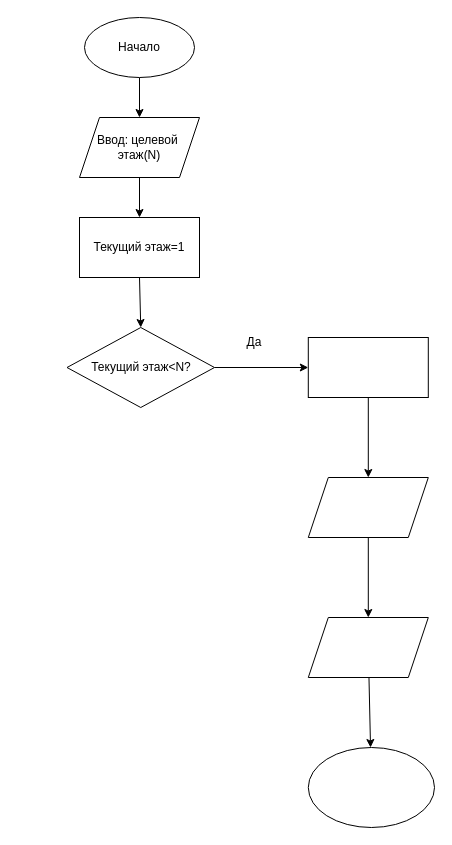
Earlier version of the draw.io diagram diagrams/step6_stairs_while.drawio (daria-chr/Lab17_Algorithms). Source tidied: cells renumbered, new cells numbered last; positions are measured from the earlier drawing's top-left corner, leaving out a move shared by most shapes. Both pictures are drawn from the tidied source at 100%, with x=0, y=0 at pixel (66, 17).
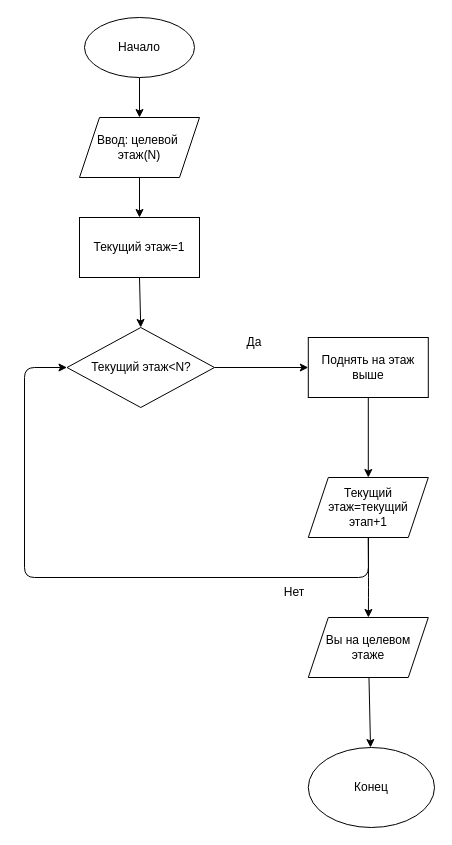
The same diagram, later.

Commit message (it also covers changes not shown here):
Step 6: while and for loops with flowcharts

Unchanged cells that the change refers to:
```xml
<mxCell id="9" value="Текущий этаж&amp;lt;N?" style="rhombus;whiteSpace=wrap;html=1;" parent="1" vertex="1">
  <mxGeometry x="0.5" y="310" width="147.5" height="80" as="geometry" />
</mxCell>
```

What changed in the source:
```diff
@@
-    <mxCell id="11" style="whiteSpace=wrap;html=1;" parent="1" vertex="1">
+    <mxCell id="11" value="Поднять на этаж выше" style="whiteSpace=wrap;html=1;" parent="1" vertex="1">
       <mxGeometry x="241.8" y="320" width="120" height="60" as="geometry" />
     </mxCell>
     <mxCell id="12" style="edgeStyle=none;html=1;" parent="1" edge="1" source="13" target="15">
-      <mxGeometry relative="1" as="geometry" />
+      <mxGeometry relative="1" as="geometry">
+        <Array as="points">
+          <mxPoint x="302" y="570" />
+        </Array>
+      </mxGeometry>
     </mxCell>
+    <mxCell id="18" style="edgeStyle=none;html=1;exitX=0.5;exitY=1;exitDx=0;exitDy=0;entryX=0;entryY=0.5;entryDx=0;entryDy=0;" parent="1" edge="1" source="13" target="9">
+      <mxGeometry relative="1" as="geometry">
+        <Array as="points">
+          <mxPoint x="302" y="560" />
+          <mxPoint x="-42" y="560" />
+          <mxPoint x="-42" y="350" />
+        </Array>
+      </mxGeometry>
+    </mxCell>
-    <mxCell id="13" style="shape=parallelogram;perimeter=parallelogramPerimeter;whiteSpace=wrap;html=1;fixedSize=1;" parent="1" vertex="1">
+    <mxCell id="13" value="Текущий этаж=текущий этап+1" style="shape=parallelogram;perimeter=parallelogramPerimeter;whiteSpace=wrap;html=1;fixedSize=1;" parent="1" vertex="1">
       <mxGeometry x="241.8" y="460" width="120" height="60" as="geometry" />
     </mxCell>
@@
-    <mxCell id="15" style="shape=parallelogram;perimeter=parallelogramPerimeter;whiteSpace=wrap;html=1;fixedSize=1;" parent="1" vertex="1">
+    <mxCell id="15" value="Вы на целевом этаже" style="shape=parallelogram;perimeter=parallelogramPerimeter;whiteSpace=wrap;html=1;fixedSize=1;" parent="1" vertex="1">
       <mxGeometry x="241.8" y="600" width="120" height="60" as="geometry" />
     </mxCell>
-    <mxCell id="16" style="ellipse;whiteSpace=wrap;html=1;" parent="1" vertex="1">
+    <mxCell id="16" value="Конец" style="ellipse;whiteSpace=wrap;html=1;" parent="1" vertex="1">
       <mxGeometry x="241.8" y="730" width="126.2" height="80" as="geometry" />
     </mxCell>
@@
+    <mxCell id="19" value="Нет" style="text;html=1;align=center;verticalAlign=middle;whiteSpace=wrap;rounded=0;" parent="1" vertex="1">
+      <mxGeometry x="198" y="560" width="60" height="30" as="geometry" />
+    </mxCell>
```
